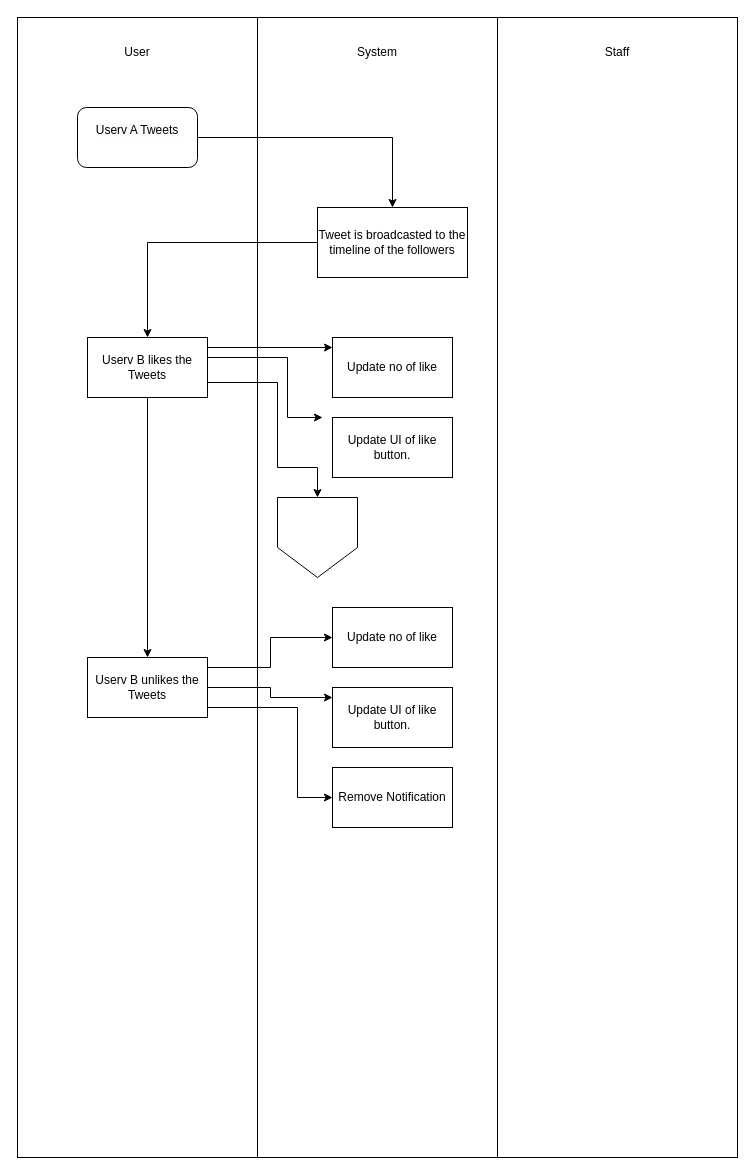
The draw.io diagram Untitled Diagram.drawio in Mitali2700/ProductManager101, before the edit. Source tidied: cells renumbered, new cells numbered last; positions are measured from the earlier drawing's top-left corner, leaving out a move shared by most shapes. Both pictures are drawn from the tidied source at 100%, with x=0, y=0 at pixel (17, 17).
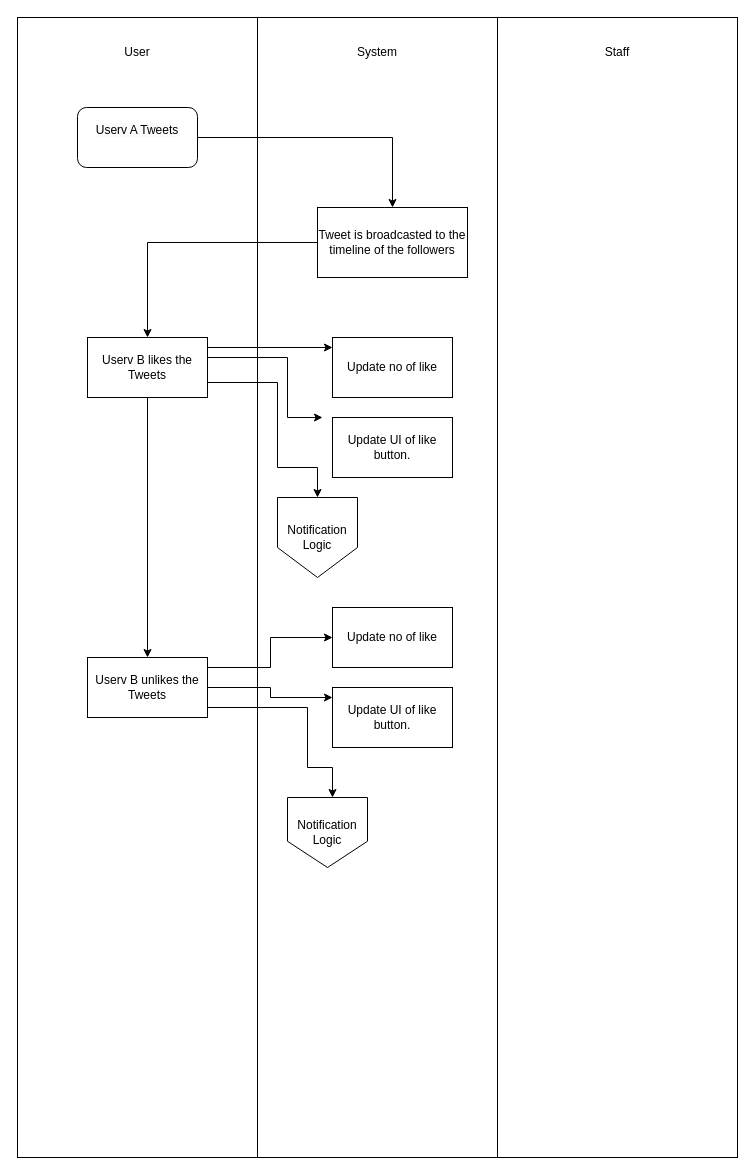
After the change.

Unchanged cells that the change refers to:
```xml
<mxCell id="22" value="Userv B unlikes the Tweets" style="rounded=0;whiteSpace=wrap;html=1;" parent="1" vertex="1">
  <mxGeometry x="70" y="640" width="120" height="60" as="geometry" />
</mxCell>
```

Change to the diagram source:
```diff
@@
-    <mxCell id="21" style="edgeStyle=orthogonalEdgeStyle;rounded=0;jettySize=auto;html=1;entryX=0;entryY=0.5;entryDx=0;entryDy=0;" parent="1" edge="1" source="22" target="25">
+    <mxCell id="21" style="edgeStyle=orthogonalEdgeStyle;rounded=0;jettySize=auto;html=1;entryX=0;entryY=0.5;entryDx=0;entryDy=0;" parent="1" edge="1" source="22">
       <mxGeometry relative="1" as="geometry">
+        <mxPoint x="315" y="780" as="targetPoint" />
         <Array as="points">
-          <mxPoint x="280" y="690" />
-          <mxPoint x="280" y="780" />
+          <mxPoint x="290" y="690" />
+          <mxPoint x="290" y="750" />
+          <mxPoint x="315" y="750" />
         </Array>
       </mxGeometry>
     </mxCell>
@@
-    <mxCell id="25" value="Remove Notification" style="whiteSpace=wrap;html=1;rounded=0;" parent="1" vertex="1">
-      <mxGeometry x="315" y="750" width="120" height="60" as="geometry" />
-    </mxCell>
-    <mxCell id="26" style="shape=offPageConnector;whiteSpace=wrap;html=1;" parent="1" vertex="1">
+    <mxCell id="26" value="Notification Logic" style="shape=offPageConnector;whiteSpace=wrap;html=1;size=0.375;" parent="1" vertex="1">
       <mxGeometry x="260" y="480" width="80" height="80" as="geometry" />
     </mxCell>
+    <mxCell id="27" value="Notification Logic" style="shape=offPageConnector;whiteSpace=wrap;html=1;size=0.375;" parent="1" vertex="1">
+      <mxGeometry x="270" y="780" width="80" height="70" as="geometry" />
+    </mxCell>
```
